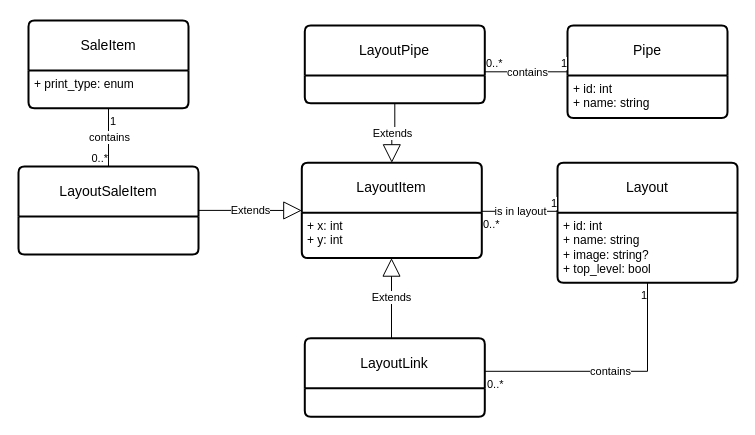
Earlier version of the draw.io diagram doc/thesis/figures/er_diagram_layouts.drawio (MrakDun-desu/kis-v4). Source tidied: cells renumbered, new cells numbered last; positions are measured from the earlier drawing's top-left corner, leaving out a move shared by most shapes. Both pictures are drawn from the tidied source at 100%, with x=0, y=0 at pixel (18, 20).
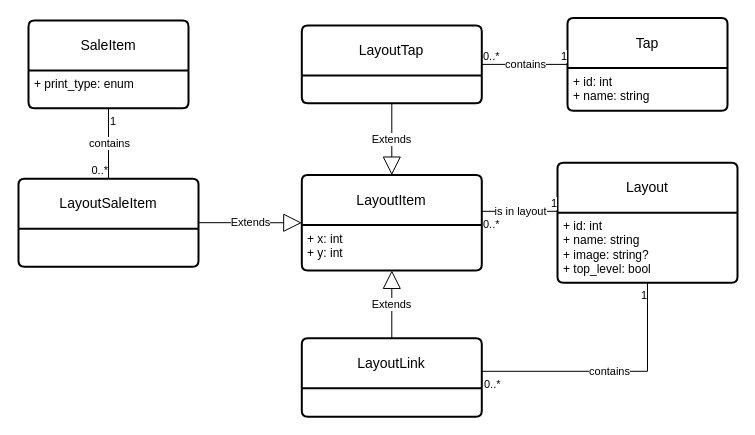
Above is the later version.

What changed in the source:
```diff
@@
-    <mxCell id="4" value="Pipe" style="swimlane;horizontal=1;startSize=50;rounded=1;fontSize=14;fontStyle=0;strokeWidth=2;shadow=0;dashed=0;align=center;arcSize=4;whiteSpace=wrap;html=1;" parent="1" vertex="1">
-      <mxGeometry x="549" y="5" width="160" height="92.6" as="geometry" />
+    <mxCell id="4" value="Tap" style="swimlane;horizontal=1;startSize=50;rounded=1;fontSize=14;fontStyle=0;strokeWidth=2;shadow=0;dashed=0;align=center;arcSize=4;whiteSpace=wrap;html=1;" parent="1" vertex="1">
+      <mxGeometry x="549" y="-2.4" width="160" height="92.6" as="geometry" />
     </mxCell>
@@
     <mxCell id="16" value="LayoutItem" style="swimlane;horizontal=1;startSize=50;rounded=1;fontSize=14;fontStyle=0;strokeWidth=2;shadow=0;dashed=0;align=center;arcSize=4;whiteSpace=wrap;html=1;" parent="1" vertex="1">
-      <mxGeometry x="283.3" y="142.3" width="180" height="95.3" as="geometry" />
+      <mxGeometry x="283.3" y="154.6" width="180" height="95.3" as="geometry" />
     </mxCell>
@@
     <mxCell id="22" value="LayoutSaleItem" style="swimlane;horizontal=1;startSize=50;rounded=1;fontSize=14;fontStyle=0;strokeWidth=2;shadow=0;dashed=0;align=center;arcSize=4;whiteSpace=wrap;html=1;" parent="1" vertex="1">
-      <mxGeometry y="145.9" width="180" height="88" as="geometry" />
+      <mxGeometry y="158.2" width="180" height="88" as="geometry" />
     </mxCell>
     <mxCell id="23" value="LayoutLink" style="swimlane;horizontal=1;startSize=50;rounded=1;fontSize=14;fontStyle=0;strokeWidth=2;shadow=0;dashed=0;align=center;arcSize=4;whiteSpace=wrap;html=1;" parent="1" vertex="1">
-      <mxGeometry x="286.3" y="317.8" width="180" height="78.5" as="geometry" />
+      <mxGeometry x="283.3" y="317.8" width="180" height="78.5" as="geometry" />
     </mxCell>
@@
-    <mxCell id="26" value="LayoutPipe" style="swimlane;horizontal=1;startSize=50;rounded=1;fontSize=14;fontStyle=0;strokeWidth=2;shadow=0;dashed=0;align=center;arcSize=4;whiteSpace=wrap;html=1;" parent="1" vertex="1">
-      <mxGeometry x="286.3" y="5" width="180" height="77.8" as="geometry" />
+    <mxCell id="26" value="LayoutTap" style="swimlane;horizontal=1;startSize=50;rounded=1;fontSize=14;fontStyle=0;strokeWidth=2;shadow=0;dashed=0;align=center;arcSize=4;whiteSpace=wrap;html=1;" parent="1" vertex="1">
+      <mxGeometry x="283.3" y="5" width="180" height="77.8" as="geometry" />
     </mxCell>
```
